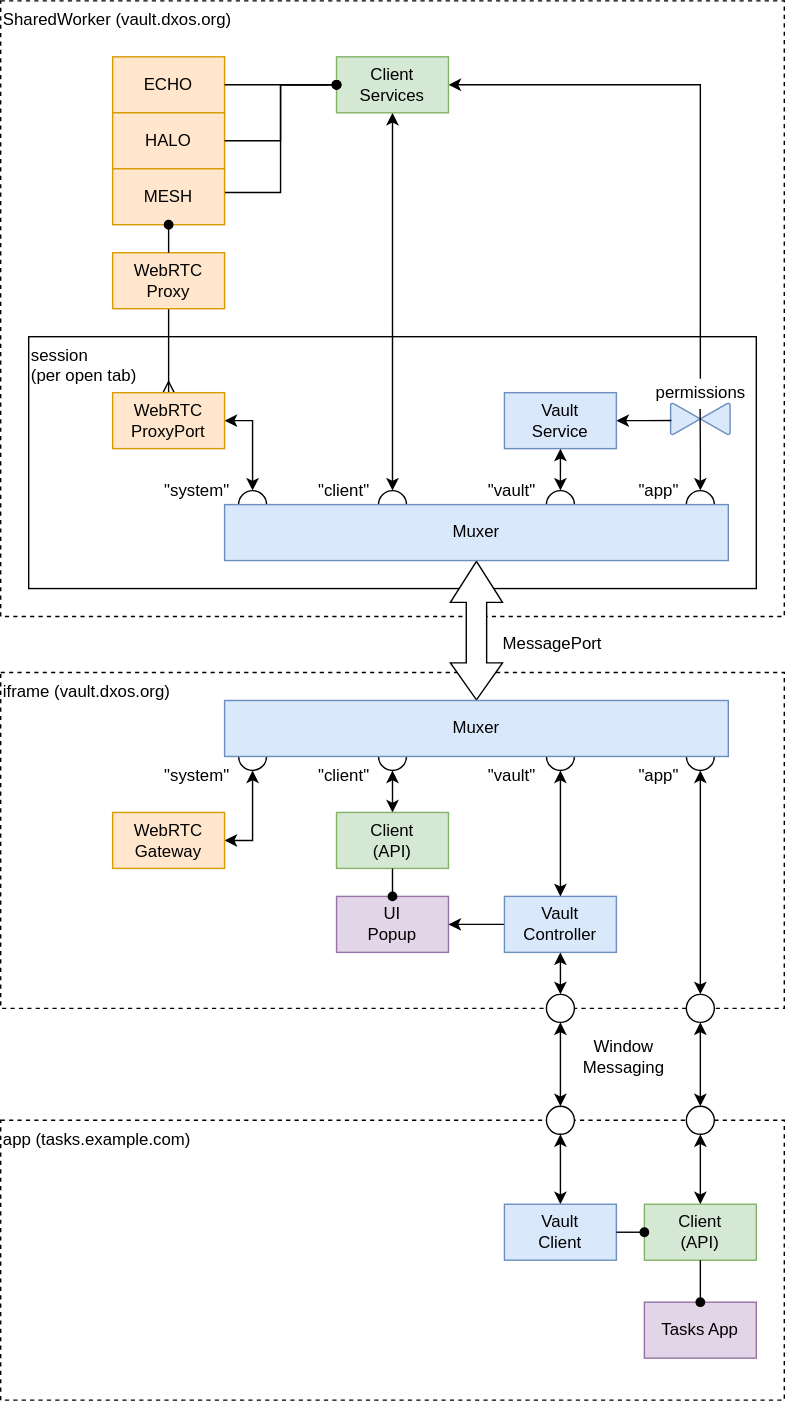
dxos/dxos keeps this draw.io diagram as docs/docs/design/diagrams/client-shared-worker.drawio.svg. Above is the earlier version. Source tidied: cells renumbered, new cells last; positions are measured from the earlier drawing's top-left corner, leaving out a move shared by most shapes.
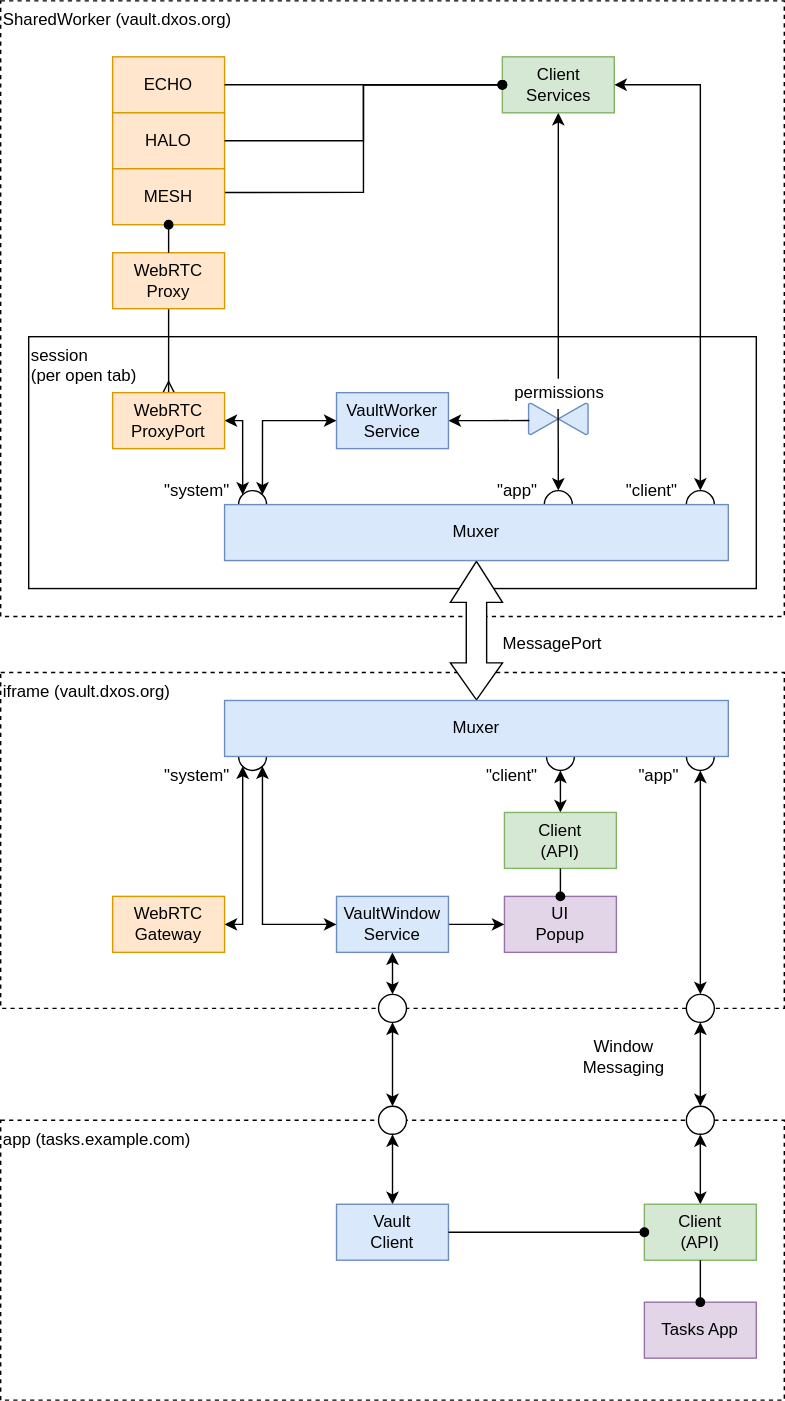
Later version of the same file.

Commit message:
docs: Vault service uses system port

Change to the diagram source:
```diff
@@ -12,21 +12,20 @@
       <mxGeometry relative="1" as="geometry" />
     </mxCell>
     <mxCell id="5" style="ellipse;whiteSpace=wrap;html=1;fillColor=default;" parent="1" vertex="1">
-      <mxGeometry x="270" y="530" width="20" height="20" as="geometry" />
+      <mxGeometry x="390" y="530" width="20" height="20" as="geometry" />
     </mxCell>
     <mxCell id="6" value="session&lt;br&gt;(per open tab)" style="rounded=0;whiteSpace=wrap;html=1;fillColor=none;align=left;verticalAlign=top;" parent="1" vertex="1">
       <mxGeometry x="20" y="240" width="520" height="180" as="geometry" />
     </mxCell>
-    <mxCell id="7" style="edgeStyle=orthogonalEdgeStyle;rounded=0;html=1;entryX=0.5;entryY=1;entryDx=0;entryDy=0;startArrow=classic;startFill=1;endArrow=classic;endFill=1;" parent="1" edge="1" source="8" target="23">
+    <mxCell id="7" style="edgeStyle=orthogonalEdgeStyle;rounded=0;html=1;entryX=1;entryY=0.5;entryDx=0;entryDy=0;startArrow=classic;startFill=1;endArrow=classic;endFill=1;" parent="1" edge="1" source="8" target="23">
       <mxGeometry relative="1" as="geometry">
         <Array as="points">
-          <mxPoint x="280" y="170" />
-          <mxPoint x="280" y="170" />
+          <mxPoint x="500" y="60" />
         </Array>
       </mxGeometry>
     </mxCell>
     <mxCell id="8" style="ellipse;whiteSpace=wrap;html=1;fillColor=default;" parent="1" vertex="1">
-      <mxGeometry x="270" y="350" width="20" height="20" as="geometry" />
+      <mxGeometry x="490" y="350" width="20" height="20" as="geometry" />
     </mxCell>
     <mxCell id="9" style="edgeStyle=orthogonalEdgeStyle;rounded=0;jettySize=auto;html=1;exitX=0.5;exitY=1;exitDx=0;exitDy=0;endArrow=classic;endFill=1;startArrow=classic;startFill=1;" parent="1" edge="1" source="10" target="20">
       <mxGeometry relative="1" as="geometry" />
@@ -34,26 +33,26 @@
     <mxCell id="10" style="ellipse;whiteSpace=wrap;html=1;fillColor=default;" parent="1" vertex="1">
       <mxGeometry x="490" y="530" width="20" height="20" as="geometry" />
     </mxCell>
-    <mxCell id="11" style="edgeStyle=orthogonalEdgeStyle;rounded=0;html=1;entryX=1;entryY=0.5;entryDx=0;entryDy=0;startArrow=classic;startFill=1;exitX=0.5;exitY=1;exitDx=0;exitDy=0;" parent="1" edge="1" source="12" target="34">
+    <mxCell id="11" style="edgeStyle=orthogonalEdgeStyle;rounded=0;html=1;entryX=1;entryY=0.5;entryDx=0;entryDy=0;startArrow=classic;startFill=1;exitX=0;exitY=1;exitDx=0;exitDy=0;" parent="1" edge="1" source="12" target="34">
       <mxGeometry relative="1" as="geometry">
         <Array as="points">
-          <mxPoint x="180" y="600" />
+          <mxPoint x="173" y="660" />
         </Array>
       </mxGeometry>
     </mxCell>
     <mxCell id="12" style="ellipse;whiteSpace=wrap;html=1;fillColor=default;" parent="1" vertex="1">
       <mxGeometry x="170" y="530" width="20" height="20" as="geometry" />
     </mxCell>
-    <mxCell id="13" style="edgeStyle=orthogonalEdgeStyle;rounded=0;html=1;startArrow=none;startFill=1;entryX=1;entryY=0.5;entryDx=0;entryDy=0;exitX=0.5;exitY=0;exitDx=0;exitDy=0;" parent="1" edge="1" source="55" target="23">
+    <mxCell id="13" style="edgeStyle=orthogonalEdgeStyle;rounded=0;html=1;startArrow=none;startFill=1;entryX=0.5;entryY=1;entryDx=0;entryDy=0;exitX=0.5;exitY=0;exitDx=0;exitDy=0;" parent="1" edge="1" source="55" target="23">
       <mxGeometry relative="1" as="geometry" />
     </mxCell>
     <mxCell id="14" style="ellipse;whiteSpace=wrap;html=1;fillColor=default;" parent="1" vertex="1">
-      <mxGeometry x="490" y="350" width="20" height="20" as="geometry" />
+      <mxGeometry x="388.5" y="350" width="20" height="20" as="geometry" />
     </mxCell>
-    <mxCell id="15" style="edgeStyle=orthogonalEdgeStyle;html=1;rounded=0;startArrow=classic;startFill=1;entryX=1;entryY=0.5;entryDx=0;entryDy=0;" parent="1" edge="1" source="16" target="33">
+    <mxCell id="15" style="edgeStyle=orthogonalEdgeStyle;html=1;rounded=0;startArrow=classic;startFill=1;entryX=1;entryY=0.5;entryDx=0;entryDy=0;exitX=0;exitY=0;exitDx=0;exitDy=0;" parent="1" edge="1" source="16" target="33">
       <mxGeometry relative="1" as="geometry">
         <Array as="points">
-          <mxPoint x="180" y="300" />
+          <mxPoint x="173" y="300" />
         </Array>
       </mxGeometry>
     </mxCell>
@@ -79,7 +78,7 @@
       <mxGeometry x="460" y="860" width="80" height="40" as="geometry" />
     </mxCell>
     <mxCell id="23" value="Client&lt;br&gt;Services" style="rounded=0;whiteSpace=wrap;html=1;fillColor=#d5e8d4;strokeColor=#82b366;" parent="1" vertex="1">
-      <mxGeometry x="240" y="40" width="80" height="40" as="geometry" />
+      <mxGeometry x="358.5" y="40" width="80" height="40" as="geometry" />
     </mxCell>
     <mxCell id="24" value="ECHO" style="rounded=0;whiteSpace=wrap;html=1;fillColor=#ffe6cc;strokeColor=#d79b00;" parent="1" vertex="1">
       <mxGeometry x="80" y="40" width="80" height="40" as="geometry" />
@@ -91,16 +90,16 @@
       <mxGeometry x="80" y="120" width="80" height="40" as="geometry" />
     </mxCell>
     <mxCell id="27" style="verticalLabelPosition=bottom;verticalAlign=top;html=1;shape=mxgraph.flowchart.collate;fillColor=#dae8fc;rotation=90;strokeColor=#6c8ebf;" parent="1" vertex="1">
-      <mxGeometry x="488.8" y="277.5" width="22.5" height="42.5" as="geometry" />
+      <mxGeometry x="387.2" y="277.5" width="22.5" height="42.5" as="geometry" />
     </mxCell>
     <mxCell id="28" value="Tasks App" style="rounded=0;whiteSpace=wrap;html=1;fillColor=#e1d5e7;strokeColor=#9673a6;" parent="1" vertex="1">
       <mxGeometry x="460" y="930" width="80" height="40" as="geometry" />
     </mxCell>
     <mxCell id="29" value="Client&lt;br&gt;(API)" style="rounded=0;whiteSpace=wrap;html=1;fillColor=#d5e8d4;strokeColor=#82b366;" parent="1" vertex="1">
-      <mxGeometry x="240" y="580" width="80" height="40" as="geometry" />
+      <mxGeometry x="360" y="580" width="80" height="40" as="geometry" />
     </mxCell>
     <mxCell id="30" value="UI&lt;br&gt;Popup" style="rounded=0;whiteSpace=wrap;html=1;fillColor=#e1d5e7;strokeColor=#9673a6;" parent="1" vertex="1">
-      <mxGeometry x="240" y="640" width="80" height="40" as="geometry" />
+      <mxGeometry x="360" y="640" width="80" height="40" as="geometry" />
     </mxCell>
     <mxCell id="31" style="edgeStyle=orthogonalEdgeStyle;rounded=0;jettySize=auto;html=1;startArrow=none;startFill=0;endArrow=ERmany;endFill=0;exitX=0.5;exitY=1;exitDx=0;exitDy=0;entryX=0.5;entryY=0;entryDx=0;entryDy=0;" parent="1" edge="1" source="32" target="33">
       <mxGeometry relative="1" as="geometry" />
@@ -112,7 +111,7 @@
       <mxGeometry x="80" y="280" width="80" height="40" as="geometry" />
     </mxCell>
     <mxCell id="34" value="WebRTC&lt;br&gt;Gateway" style="rounded=0;whiteSpace=wrap;html=1;fillColor=#ffe6cc;strokeColor=#d79b00;" parent="1" vertex="1">
-      <mxGeometry x="80" y="580" width="80" height="40" as="geometry" />
+      <mxGeometry x="80" y="640" width="80" height="40" as="geometry" />
     </mxCell>
     <mxCell id="35" style="edgeStyle=orthogonalEdgeStyle;rounded=0;html=1;startArrow=classic;startFill=1;exitX=0.5;exitY=1;exitDx=0;exitDy=0;" parent="1" edge="1" source="37" target="58">
       <mxGeometry relative="1" as="geometry" />
@@ -120,23 +119,23 @@
     <mxCell id="36" style="edgeStyle=orthogonalEdgeStyle;rounded=0;html=1;startArrow=none;startFill=0;endArrow=classic;endFill=1;" parent="1" edge="1" source="37" target="30">
       <mxGeometry relative="1" as="geometry" />
     </mxCell>
-    <mxCell id="37" value="Vault&lt;br&gt;Controller" style="rounded=0;whiteSpace=wrap;html=1;fillColor=#dae8fc;strokeColor=#6c8ebf;" parent="1" vertex="1">
-      <mxGeometry x="360" y="640" width="80" height="40" as="geometry" />
+    <mxCell id="37" value="VaultWindow&lt;br&gt;Service" style="rounded=0;whiteSpace=wrap;html=1;fillColor=#dae8fc;strokeColor=#6c8ebf;" parent="1" vertex="1">
+      <mxGeometry x="240" y="640" width="80" height="40" as="geometry" />
     </mxCell>
     <mxCell id="38" style="edgeStyle=orthogonalEdgeStyle;rounded=0;html=1;startArrow=classic;startFill=1;entryX=0.551;entryY=0.988;entryDx=0;entryDy=0;entryPerimeter=0;endArrow=none;endFill=0;" parent="1" edge="1" source="39" target="27">
       <mxGeometry relative="1" as="geometry" />
     </mxCell>
-    <mxCell id="39" value="Vault&lt;br&gt;Service" style="rounded=0;whiteSpace=wrap;html=1;fillColor=#dae8fc;strokeColor=#6c8ebf;" parent="1" vertex="1">
-      <mxGeometry x="360" y="280" width="80" height="40" as="geometry" />
+    <mxCell id="39" value="VaultWorker&lt;br&gt;Service" style="rounded=0;whiteSpace=wrap;html=1;fillColor=#dae8fc;strokeColor=#6c8ebf;" parent="1" vertex="1">
+      <mxGeometry x="240" y="280" width="80" height="40" as="geometry" />
     </mxCell>
     <mxCell id="40" value="&quot;system&quot;" style="text;html=1;align=center;verticalAlign=middle;strokeColor=none;fillColor=none;" parent="1" vertex="1">
       <mxGeometry x="110" y="340" width="60" height="20" as="geometry" />
     </mxCell>
     <mxCell id="41" value="&quot;app&quot;" style="text;html=1;align=center;verticalAlign=middle;strokeColor=none;fillColor=none;" parent="1" vertex="1">
-      <mxGeometry x="450" y="340" width="40" height="20" as="geometry" />
+      <mxGeometry x="348.5" y="340" width="40" height="20" as="geometry" />
     </mxCell>
     <mxCell id="42" value="&quot;client&quot;" style="text;html=1;align=center;verticalAlign=middle;strokeColor=none;fillColor=none;" parent="1" vertex="1">
-      <mxGeometry x="220" y="340" width="50" height="20" as="geometry" />
+      <mxGeometry x="440" y="340" width="50" height="20" as="geometry" />
     </mxCell>
     <mxCell id="43" style="edgeStyle=orthogonalEdgeStyle;rounded=0;jettySize=auto;html=1;exitX=0.5;exitY=0;exitDx=0;exitDy=0;startArrow=oval;startFill=1;endArrow=none;endFill=0;" parent="1" edge="1" source="30" target="29">
       <mxGeometry relative="1" as="geometry" />
@@ -168,7 +167,7 @@
       <mxGeometry x="450" y="544" width="40" height="20" as="geometry" />
     </mxCell>
     <mxCell id="51" value="&quot;client&quot;" style="text;html=1;align=center;verticalAlign=middle;strokeColor=none;fillColor=none;" parent="1" vertex="1">
-      <mxGeometry x="220" y="544" width="50" height="20" as="geometry" />
+      <mxGeometry x="340" y="544" width="50" height="20" as="geometry" />
     </mxCell>
     <mxCell id="52" style="edgeStyle=orthogonalEdgeStyle;html=1;entryX=1;entryY=0.5;entryDx=0;entryDy=0;rounded=0;startArrow=oval;startFill=1;endArrow=none;endFill=0;" parent="1" edge="1" source="23" target="24">
       <mxGeometry relative="1" as="geometry" />
@@ -180,52 +179,52 @@
       <mxGeometry relative="1" as="geometry" />
     </mxCell>
     <mxCell id="55" value="&lt;span&gt;permissions&lt;/span&gt;" style="text;html=1;align=center;verticalAlign=middle;points=[];strokeColor=none;fillColor=none;" parent="1" vertex="1">
-      <mxGeometry x="460" y="270" width="80" height="20" as="geometry" />
+      <mxGeometry x="358.5" y="270" width="80" height="20" as="geometry" />
     </mxCell>
     <mxCell id="56" style="edgeStyle=orthogonalEdgeStyle;rounded=0;html=1;startArrow=classic;startFill=1;entryX=0.498;entryY=1.086;entryDx=0;entryDy=0;exitX=0.5;exitY=0;exitDx=0;exitDy=0;endArrow=none;entryPerimeter=0;" parent="1" edge="1" source="14" target="55">
       <mxGeometry relative="1" as="geometry" />
     </mxCell>
     <mxCell id="57" style="edgeStyle=orthogonalEdgeStyle;rounded=0;html=1;startArrow=classic;startFill=1;" parent="1" edge="1" source="58" target="60">
-      <mxGeometry relative="1" as="geometry" />
+      <mxGeometry relative="1" as="geometry">
+        <Array as="points">
+          <mxPoint x="280" y="800" />
+        </Array>
+      </mxGeometry>
     </mxCell>
     <mxCell id="58" style="ellipse;whiteSpace=wrap;html=1;fillColor=default;" parent="1" vertex="1">
-      <mxGeometry x="390" y="710" width="20" height="20" as="geometry" />
+      <mxGeometry x="270" y="710" width="20" height="20" as="geometry" />
     </mxCell>
     <mxCell id="59" style="edgeStyle=orthogonalEdgeStyle;rounded=0;html=1;startArrow=classic;startFill=1;endArrow=classic;endFill=1;" parent="1" edge="1" source="60" target="61">
       <mxGeometry relative="1" as="geometry" />
     </mxCell>
     <mxCell id="60" style="ellipse;whiteSpace=wrap;html=1;fillColor=default;" parent="1" vertex="1">
-      <mxGeometry x="390" y="790" width="20" height="20" as="geometry" />
+      <mxGeometry x="270" y="790" width="20" height="20" as="geometry" />
     </mxCell>
     <mxCell id="61" value="Vault&lt;br&gt;Client" style="rounded=0;whiteSpace=wrap;html=1;fillColor=#dae8fc;strokeColor=#6c8ebf;" parent="1" vertex="1">
-      <mxGeometry x="360" y="860" width="80" height="40" as="geometry" />
+      <mxGeometry x="240" y="860" width="80" height="40" as="geometry" />
     </mxCell>
     <mxCell id="62" style="edgeStyle=orthogonalEdgeStyle;rounded=0;html=1;startArrow=oval;startFill=1;endArrow=none;endFill=0;exitX=0;exitY=0.5;exitDx=0;exitDy=0;" parent="1" edge="1" source="22" target="61">
       <mxGeometry relative="1" as="geometry" />
     </mxCell>
-    <mxCell id="63" style="edgeStyle=orthogonalEdgeStyle;rounded=0;html=1;startArrow=classic;startFill=1;endArrow=classic;endFill=1;" parent="1" edge="1" source="64" target="39">
-      <mxGeometry relative="1" as="geometry" />
+    <mxCell id="63" style="edgeStyle=orthogonalEdgeStyle;rounded=0;html=1;startArrow=classic;startFill=1;endArrow=classic;endFill=1;exitX=1;exitY=0;exitDx=0;exitDy=0;entryX=0;entryY=0.5;entryDx=0;entryDy=0;" parent="1" edge="1" source="16" target="39">
+      <mxGeometry relative="1" as="geometry">
+        <Array as="points">
+          <mxPoint x="187" y="300" />
+        </Array>
+      </mxGeometry>
     </mxCell>
-    <mxCell id="64" style="ellipse;whiteSpace=wrap;html=1;fillColor=default;" parent="1" vertex="1">
-      <mxGeometry x="390" y="350" width="20" height="20" as="geometry" />
-    </mxCell>
     <mxCell id="65" value="Muxer" style="rounded=0;whiteSpace=wrap;html=1;fillColor=#dae8fc;strokeColor=#6c8ebf;" parent="1" vertex="1">
       <mxGeometry x="160" y="360" width="360" height="40" as="geometry" />
     </mxCell>
-    <mxCell id="66" style="edgeStyle=orthogonalEdgeStyle;rounded=0;html=1;startArrow=classic;startFill=1;endArrow=classic;endFill=1;" parent="1" edge="1" source="67" target="37">
-      <mxGeometry relative="1" as="geometry" />
+    <mxCell id="66" style="edgeStyle=orthogonalEdgeStyle;rounded=0;html=1;startArrow=classic;startFill=1;endArrow=classic;endFill=1;exitX=1;exitY=1;exitDx=0;exitDy=0;" parent="1" edge="1" source="12" target="37">
+      <mxGeometry relative="1" as="geometry">
+        <Array as="points">
+          <mxPoint x="187" y="660" />
+        </Array>
+      </mxGeometry>
     </mxCell>
-    <mxCell id="67" style="ellipse;whiteSpace=wrap;html=1;fillColor=default;" parent="1" vertex="1">
-      <mxGeometry x="390" y="530" width="20" height="20" as="geometry" />
-    </mxCell>
     <mxCell id="68" value="Muxer" style="rounded=0;whiteSpace=wrap;html=1;fillColor=#dae8fc;strokeColor=#6c8ebf;" parent="1" vertex="1">
       <mxGeometry x="160" y="500" width="360" height="40" as="geometry" />
     </mxCell>
-    <mxCell id="69" value="&quot;vault&quot;" style="text;html=1;align=center;verticalAlign=middle;strokeColor=none;fillColor=none;" parent="1" vertex="1">
-      <mxGeometry x="340" y="544" width="50" height="20" as="geometry" />
-    </mxCell>
-    <mxCell id="70" value="&quot;vault&quot;" style="text;html=1;align=center;verticalAlign=middle;strokeColor=none;fillColor=none;" parent="1" vertex="1">
-      <mxGeometry x="340" y="340" width="50" height="20" as="geometry" />
-    </mxCell>
   </root>
 </mxGraphModel>
```
